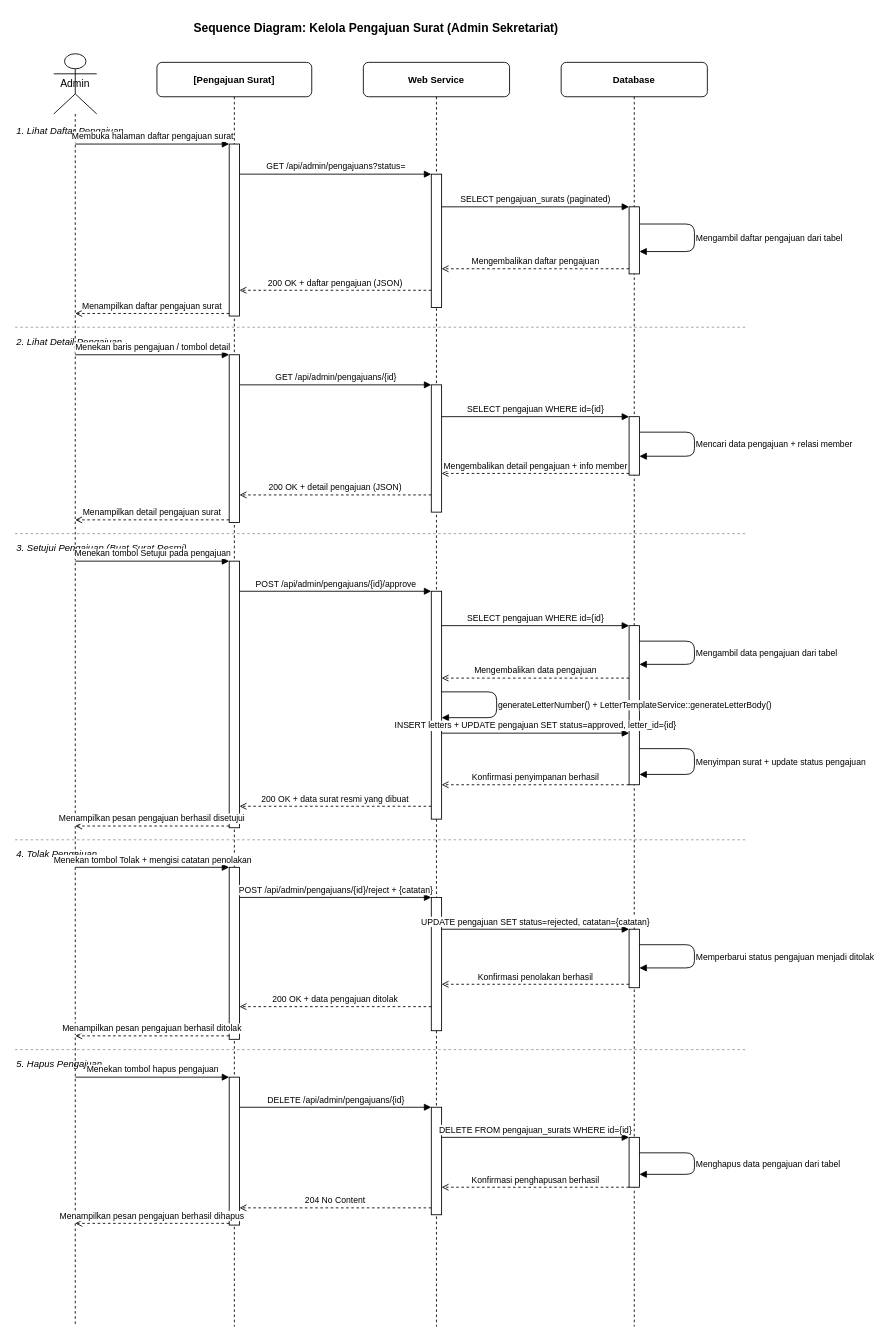
Earlier version of the draw.io diagram page "Kelola Pengajuan" (4 of 5) of docs/sequence-diagram-sekretariat.drawio (davidgultom111/SekretariatSahala). Source tidied: cells renumbered, new cells numbered last; positions are measured from the earlier drawing's top-left corner, leaving out a move shared by most shapes. Both pictures are drawn from the tidied source at 86%, with x=0, y=0 at pixel (15, 15).
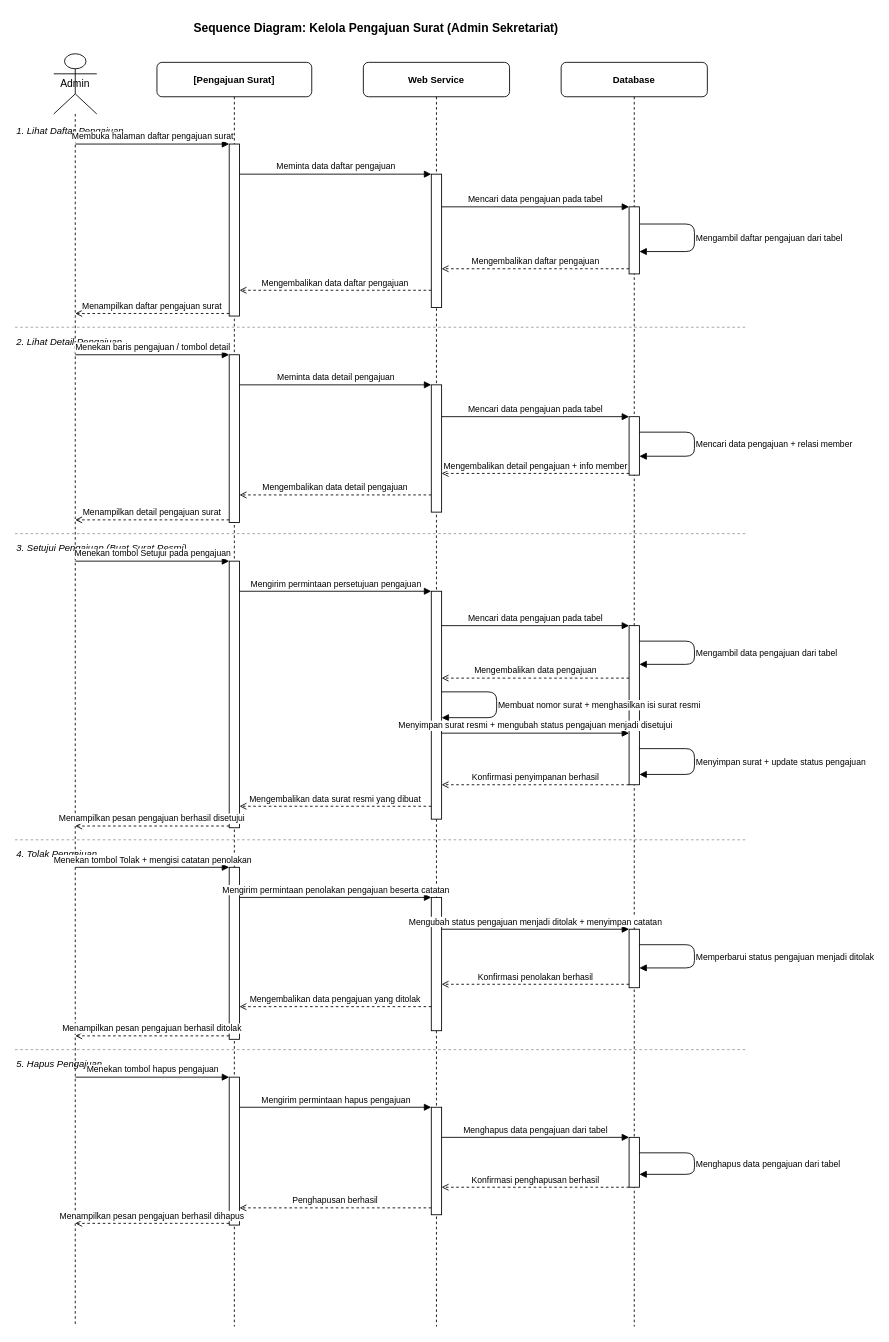
The same page after the edit.

Commit message (it also covers changes not shown here):
ganti bahasa teknis ke bahasa Indonesia pada sequence diagram sekretariat

Semua teks pesan pada halaman Data Anggota, Surat, Kelola Pengajuan, dan
Konten Website diubah dari bahasa teknis (URL API, query SQL, kode HTTP)
menjadi bahasa Indonesia yang mudah dipahami.

Diff of the diagram source:
```diff
@@
-    <mxCell id="16" value="GET /api/admin/pengajuans?status=" style="endArrow=block;endFill=1;strokeColor=#000000;fillColor=#000000;html=1;align=center;fontSize=10;verticalAlign=bottom;" parent="1" edge="1">
+    <mxCell id="16" value="Meminta data daftar pengajuan" style="endArrow=block;endFill=1;strokeColor=#000000;fillColor=#000000;html=1;align=center;fontSize=10;verticalAlign=bottom;" parent="1" edge="1">
       <mxGeometry relative="1" as="geometry">
         <mxPoint x="261" y="185" as="sourcePoint" />
         <mxPoint x="484" y="185" as="targetPoint" />
       </mxGeometry>
     </mxCell>
-    <mxCell id="17" value="SELECT pengajuan_surats (paginated)" style="endArrow=block;endFill=1;strokeColor=#000000;fillColor=#000000;html=1;align=center;fontSize=10;verticalAlign=bottom;" parent="1" edge="1">
+    <mxCell id="17" value="Mencari data pengajuan pada tabel" style="endArrow=block;endFill=1;strokeColor=#000000;fillColor=#000000;html=1;align=center;fontSize=10;verticalAlign=bottom;" parent="1" edge="1">
       <mxGeometry relative="1" as="geometry">
         <mxPoint x="496" y="223" as="sourcePoint" />
         <mxPoint x="714" y="223" as="targetPoint" />
       </mxGeometry>
     </mxCell>
@@
-    <mxCell id="20" value="200 OK + daftar pengajuan (JSON)" style="endArrow=open;endFill=0;dashed=1;strokeColor=#000000;html=1;align=center;fontSize=10;verticalAlign=bottom;" parent="1" edge="1">
+    <mxCell id="20" value="Mengembalikan data daftar pengajuan" style="endArrow=open;endFill=0;dashed=1;strokeColor=#000000;html=1;align=center;fontSize=10;verticalAlign=bottom;" parent="1" edge="1">
       <mxGeometry relative="1" as="geometry">
         <mxPoint x="484" y="320" as="sourcePoint" />
         <mxPoint x="261" y="320" as="targetPoint" />
       </mxGeometry>
     </mxCell>
@@
-    <mxCell id="28" value="GET /api/admin/pengajuans/{id}" style="endArrow=block;endFill=1;strokeColor=#000000;fillColor=#000000;html=1;align=center;fontSize=10;verticalAlign=bottom;" parent="1" edge="1">
+    <mxCell id="28" value="Meminta data detail pengajuan" style="endArrow=block;endFill=1;strokeColor=#000000;fillColor=#000000;html=1;align=center;fontSize=10;verticalAlign=bottom;" parent="1" edge="1">
       <mxGeometry relative="1" as="geometry">
         <mxPoint x="261" y="430" as="sourcePoint" />
         <mxPoint x="484" y="430" as="targetPoint" />
       </mxGeometry>
     </mxCell>
-    <mxCell id="29" value="SELECT pengajuan WHERE id={id}" style="endArrow=block;endFill=1;strokeColor=#000000;fillColor=#000000;html=1;align=center;fontSize=10;verticalAlign=bottom;" parent="1" edge="1">
+    <mxCell id="29" value="Mencari data pengajuan pada tabel" style="endArrow=block;endFill=1;strokeColor=#000000;fillColor=#000000;html=1;align=center;fontSize=10;verticalAlign=bottom;" parent="1" edge="1">
       <mxGeometry relative="1" as="geometry">
         <mxPoint x="496" y="467" as="sourcePoint" />
         <mxPoint x="714" y="467" as="targetPoint" />
       </mxGeometry>
     </mxCell>
@@
-    <mxCell id="32" value="200 OK + detail pengajuan (JSON)" style="endArrow=open;endFill=0;dashed=1;strokeColor=#000000;html=1;align=center;fontSize=10;verticalAlign=bottom;" parent="1" edge="1">
+    <mxCell id="32" value="Mengembalikan data detail pengajuan" style="endArrow=open;endFill=0;dashed=1;strokeColor=#000000;html=1;align=center;fontSize=10;verticalAlign=bottom;" parent="1" edge="1">
       <mxGeometry relative="1" as="geometry">
         <mxPoint x="484" y="558" as="sourcePoint" />
         <mxPoint x="261" y="558" as="targetPoint" />
       </mxGeometry>
     </mxCell>
@@
-    <mxCell id="40" value="POST /api/admin/pengajuans/{id}/approve" style="endArrow=block;endFill=1;strokeColor=#000000;fillColor=#000000;html=1;align=center;fontSize=10;verticalAlign=bottom;" parent="1" edge="1">
+    <mxCell id="40" value="Mengirim permintaan persetujuan pengajuan" style="endArrow=block;endFill=1;strokeColor=#000000;fillColor=#000000;html=1;align=center;fontSize=10;verticalAlign=bottom;" parent="1" edge="1">
       <mxGeometry relative="1" as="geometry">
         <mxPoint x="261" y="670" as="sourcePoint" />
         <mxPoint x="484" y="670" as="targetPoint" />
       </mxGeometry>
     </mxCell>
-    <mxCell id="41" value="SELECT pengajuan WHERE id={id}" style="endArrow=block;endFill=1;strokeColor=#000000;fillColor=#000000;html=1;align=center;fontSize=10;verticalAlign=bottom;" parent="1" edge="1">
+    <mxCell id="41" value="Mencari data pengajuan pada tabel" style="endArrow=block;endFill=1;strokeColor=#000000;fillColor=#000000;html=1;align=center;fontSize=10;verticalAlign=bottom;" parent="1" edge="1">
       <mxGeometry relative="1" as="geometry">
         <mxPoint x="496" y="710" as="sourcePoint" />
         <mxPoint x="714" y="710" as="targetPoint" />
       </mxGeometry>
     </mxCell>
@@
-    <mxCell id="44" value="generateLetterNumber() + LetterTemplateService::generateLetterBody()" style="endArrow=block;endFill=1;strokeColor=#000000;fillColor=#000000;html=1;align=left;fontSize=10;" parent="1" edge="1">
+    <mxCell id="44" value="Membuat nomor surat + menghasilkan isi surat resmi" style="endArrow=block;endFill=1;strokeColor=#000000;fillColor=#000000;html=1;align=left;fontSize=10;" parent="1" edge="1">
       <mxGeometry relative="1" as="geometry">
         <mxPoint x="496" y="787" as="sourcePoint" />
         <mxPoint x="496" y="817" as="targetPoint" />
         <Array as="points">
           <mxPoint x="560" y="787" />
           <mxPoint x="560" y="817" />
         </Array>
       </mxGeometry>
     </mxCell>
-    <mxCell id="45" value="INSERT letters + UPDATE pengajuan SET status=approved, letter_id={id}" style="endArrow=block;endFill=1;strokeColor=#000000;fillColor=#000000;html=1;align=center;fontSize=10;verticalAlign=bottom;" parent="1" edge="1">
+    <mxCell id="45" value="Menyimpan surat resmi + mengubah status pengajuan menjadi disetujui" style="endArrow=block;endFill=1;strokeColor=#000000;fillColor=#000000;html=1;align=center;fontSize=10;verticalAlign=bottom;" parent="1" edge="1">
       <mxGeometry relative="1" as="geometry">
         <mxPoint x="496" y="835" as="sourcePoint" />
         <mxPoint x="714" y="835" as="targetPoint" />
       </mxGeometry>
     </mxCell>
@@
-    <mxCell id="48" value="200 OK + data surat resmi yang dibuat" style="endArrow=open;endFill=0;dashed=1;strokeColor=#000000;html=1;align=center;fontSize=10;verticalAlign=bottom;" parent="1" edge="1">
+    <mxCell id="48" value="Mengembalikan data surat resmi yang dibuat" style="endArrow=open;endFill=0;dashed=1;strokeColor=#000000;html=1;align=center;fontSize=10;verticalAlign=bottom;" parent="1" edge="1">
       <mxGeometry relative="1" as="geometry">
         <mxPoint x="484" y="920" as="sourcePoint" />
         <mxPoint x="261" y="920" as="targetPoint" />
       </mxGeometry>
     </mxCell>
@@
-    <mxCell id="56" value="POST /api/admin/pengajuans/{id}/reject + {catatan}" style="endArrow=block;endFill=1;strokeColor=#000000;fillColor=#000000;html=1;align=center;fontSize=10;verticalAlign=bottom;" parent="1" edge="1">
+    <mxCell id="56" value="Mengirim permintaan penolakan pengajuan beserta catatan" style="endArrow=block;endFill=1;strokeColor=#000000;fillColor=#000000;html=1;align=center;fontSize=10;verticalAlign=bottom;" parent="1" edge="1">
       <mxGeometry relative="1" as="geometry">
         <mxPoint x="261" y="1026" as="sourcePoint" />
         <mxPoint x="484" y="1026" as="targetPoint" />
       </mxGeometry>
     </mxCell>
-    <mxCell id="57" value="UPDATE pengajuan SET status=rejected, catatan={catatan}" style="endArrow=block;endFill=1;strokeColor=#000000;fillColor=#000000;html=1;align=center;fontSize=10;verticalAlign=bottom;" parent="1" edge="1">
+    <mxCell id="57" value="Mengubah status pengajuan menjadi ditolak + menyimpan catatan" style="endArrow=block;endFill=1;strokeColor=#000000;fillColor=#000000;html=1;align=center;fontSize=10;verticalAlign=bottom;" parent="1" edge="1">
       <mxGeometry relative="1" as="geometry">
         <mxPoint x="496" y="1063" as="sourcePoint" />
         <mxPoint x="714" y="1063" as="targetPoint" />
       </mxGeometry>
     </mxCell>
@@
-    <mxCell id="60" value="200 OK + data pengajuan ditolak" style="endArrow=open;endFill=0;dashed=1;strokeColor=#000000;html=1;align=center;fontSize=10;verticalAlign=bottom;" parent="1" edge="1">
+    <mxCell id="60" value="Mengembalikan data pengajuan yang ditolak" style="endArrow=open;endFill=0;dashed=1;strokeColor=#000000;html=1;align=center;fontSize=10;verticalAlign=bottom;" parent="1" edge="1">
       <mxGeometry relative="1" as="geometry">
         <mxPoint x="484" y="1153" as="sourcePoint" />
         <mxPoint x="261" y="1153" as="targetPoint" />
       </mxGeometry>
     </mxCell>
@@
-    <mxCell id="68" value="DELETE /api/admin/pengajuans/{id}" style="endArrow=block;endFill=1;strokeColor=#000000;fillColor=#000000;html=1;align=center;fontSize=10;verticalAlign=bottom;" parent="1" edge="1">
+    <mxCell id="68" value="Mengirim permintaan hapus pengajuan" style="endArrow=block;endFill=1;strokeColor=#000000;fillColor=#000000;html=1;align=center;fontSize=10;verticalAlign=bottom;" parent="1" edge="1">
       <mxGeometry relative="1" as="geometry">
         <mxPoint x="261" y="1270" as="sourcePoint" />
         <mxPoint x="484" y="1270" as="targetPoint" />
       </mxGeometry>
     </mxCell>
-    <mxCell id="69" value="DELETE FROM pengajuan_surats WHERE id={id}" style="endArrow=block;endFill=1;strokeColor=#000000;fillColor=#000000;html=1;align=center;fontSize=10;verticalAlign=bottom;" parent="1" edge="1">
+    <mxCell id="69" value="Menghapus data pengajuan dari tabel" style="endArrow=block;endFill=1;strokeColor=#000000;fillColor=#000000;html=1;align=center;fontSize=10;verticalAlign=bottom;" parent="1" edge="1">
       <mxGeometry relative="1" as="geometry">
         <mxPoint x="496" y="1305" as="sourcePoint" />
         <mxPoint x="714" y="1305" as="targetPoint" />
       </mxGeometry>
     </mxCell>
@@
-    <mxCell id="72" value="204 No Content" style="endArrow=open;endFill=0;dashed=1;strokeColor=#000000;html=1;align=center;fontSize=10;verticalAlign=bottom;" parent="1" edge="1">
+    <mxCell id="72" value="Penghapusan berhasil" style="endArrow=open;endFill=0;dashed=1;strokeColor=#000000;html=1;align=center;fontSize=10;verticalAlign=bottom;" parent="1" edge="1">
       <mxGeometry relative="1" as="geometry">
         <mxPoint x="484" y="1387" as="sourcePoint" />
         <mxPoint x="261" y="1387" as="targetPoint" />
       </mxGeometry>
     </mxCell>
```
